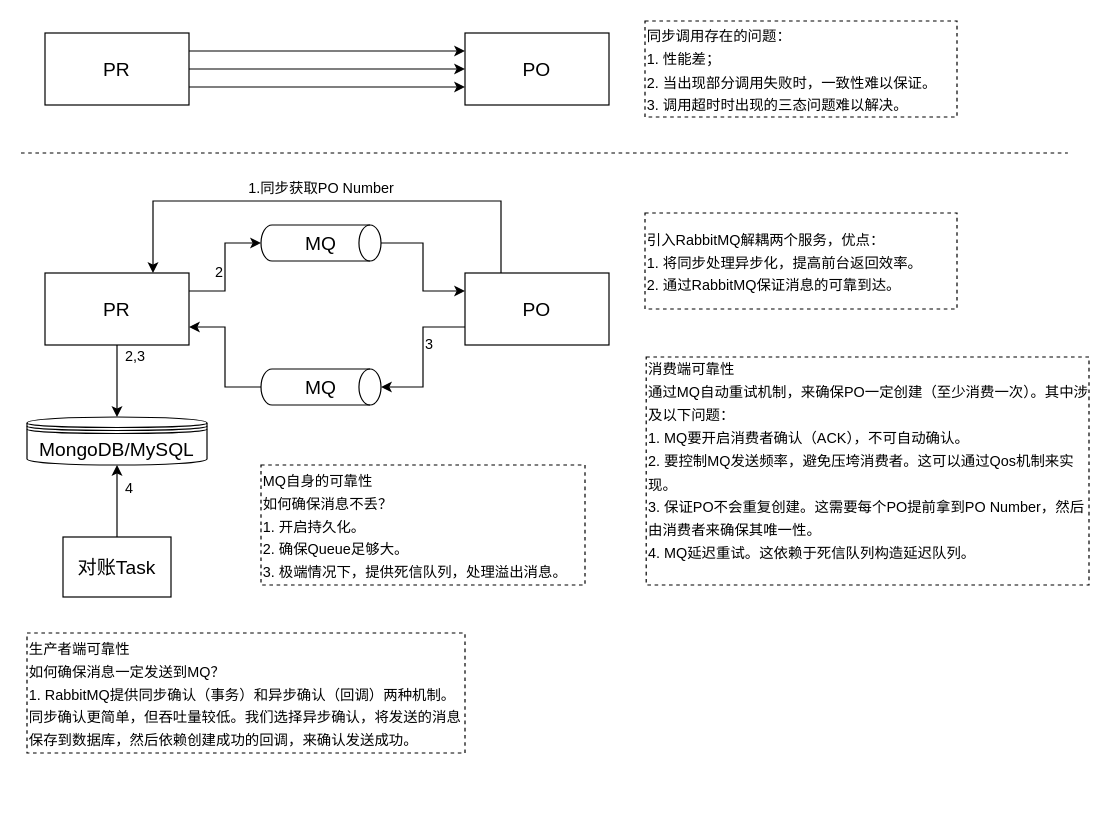
The draw.io diagram pr-po.drawio in watermoonlx/drawio, before the edit. Source tidied: cells renumbered, new cells numbered last; positions are measured from the earlier drawing's top-left corner, leaving out a move shared by most shapes. Both pictures are drawn from the tidied source at 120%, with x=0, y=0 at pixel (20, 20).
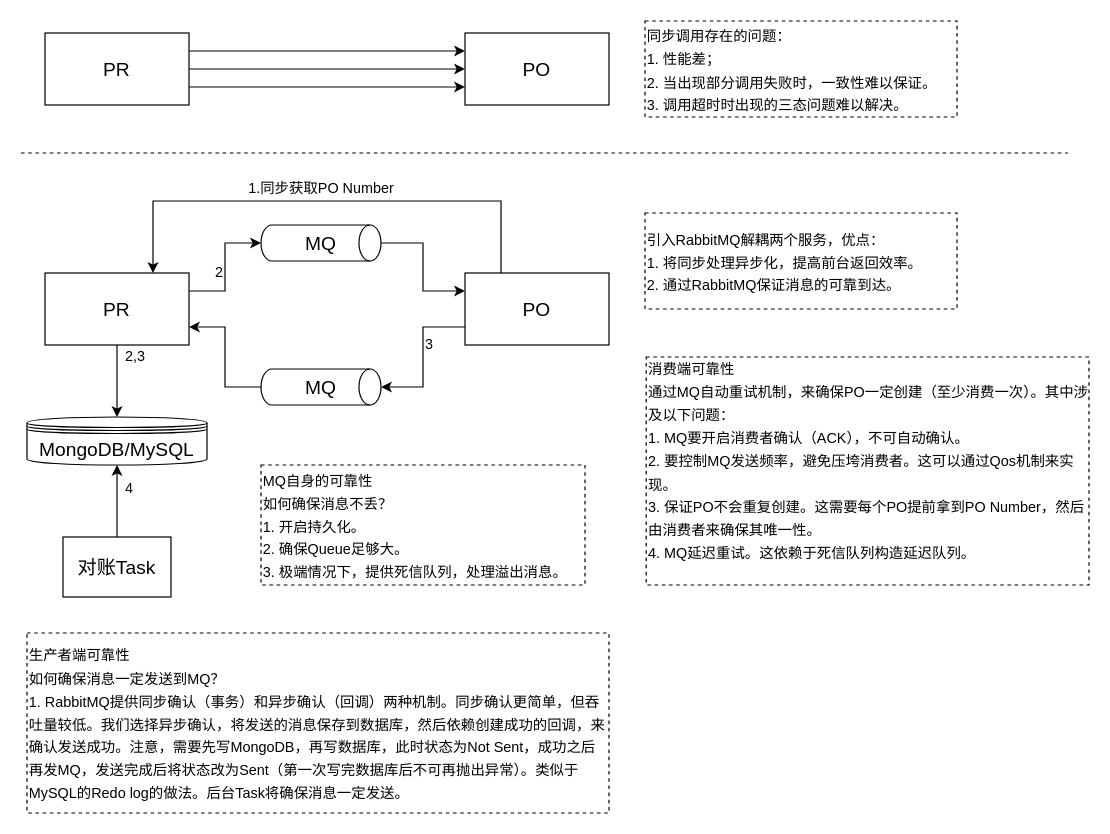
The same page after the edit.

Diff of the diagram source:
```diff
@@
-    <mxCell id="29" value="&lt;font style=&quot;font-size: 12px&quot;&gt;生产者端可靠性&lt;br&gt;如何确保消息一定发送到MQ？&lt;br&gt;1. RabbitMQ提供同步确认（事务）和异步确认（回调）两种机制。同步确认更简单，但吞吐量较低。我们选择异步确认，将发送的消息保存到数据库，然后依赖创建成功的回调，来确认发送成功。&lt;br&gt;&lt;/font&gt;" style="whiteSpace=wrap;html=1;fontSize=16;dashed=1;align=left;" parent="1" vertex="1">
-      <mxGeometry x="5" y="510" width="365" height="100" as="geometry" />
+    <mxCell id="29" value="&lt;font style=&quot;font-size: 12px&quot;&gt;生产者端可靠性&lt;br&gt;如何确保消息一定发送到MQ？&lt;br&gt;1. RabbitMQ提供同步确认（事务）和异步确认（回调）两种机制。同步确认更简单，但吞吐量较低。我们选择异步确认，将发送的消息保存到数据库，然后依赖创建成功的回调，来确认发送成功。注意，需要先写MongoDB，再写数据库，此时状态为Not Sent，成功之后再发MQ，发送完成后将状态改为Sent（第一次写完数据库后不可再抛出异常）。类似于MySQL的Redo log的做法。后台Task将确保消息一定发送。&lt;br&gt;&lt;/font&gt;" style="whiteSpace=wrap;html=1;fontSize=16;dashed=1;align=left;" parent="1" vertex="1">
+      <mxGeometry x="5" y="510" width="485" height="150" as="geometry" />
     </mxCell>
```
